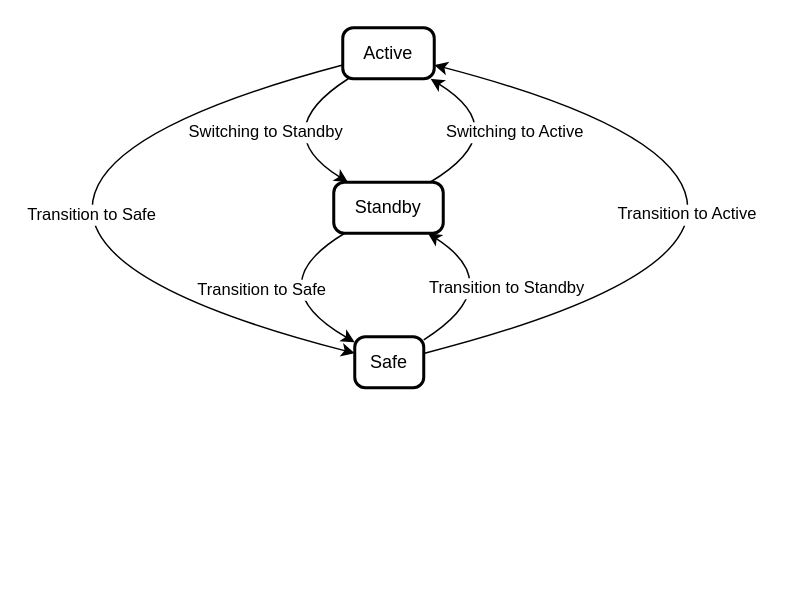
The draw.io diagram EABS_SIL4/FCPU/FCPU_State_Diagram00.drawio in chillin2/MyDraw.io, before the edit. Source tidied: cells renumbered, new cells numbered last; positions are measured from the earlier drawing's top-left corner, leaving out a move shared by most shapes. Both pictures are drawn from the tidied source at 150%, with x=0, y=0 at pixel (92, 27).
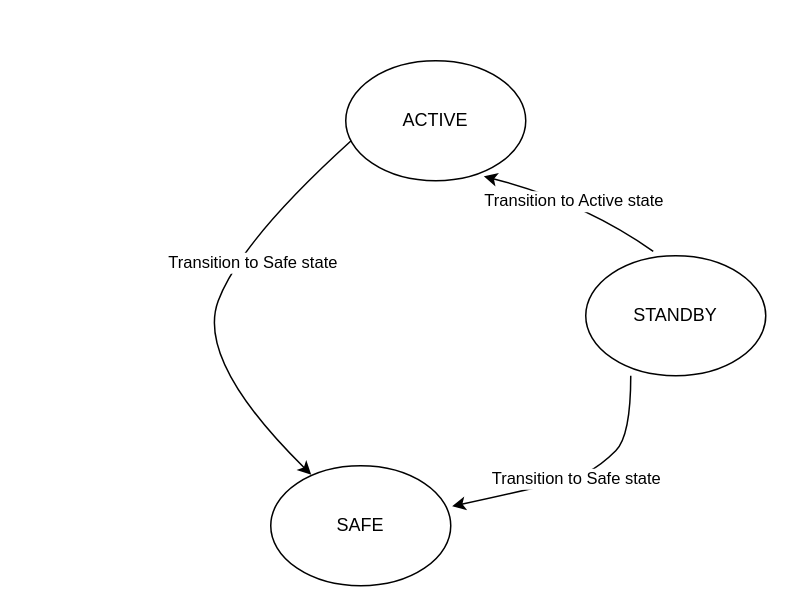
After the change.

Diff of the diagram source:
```diff
@@
 <mxGraphModel>
   <root>
     <mxCell id="0" />
     <mxCell id="1" parent="0" />
-    <mxCell id="2" value="Active" style="rounded=1;absoluteArcSize=1;arcSize=14;whiteSpace=wrap;strokeWidth=2;" parent="1" vertex="1">
-      <mxGeometry x="167" width="61" height="34" as="geometry" />
-    </mxCell>
-    <mxCell id="3" value="Standby" style="rounded=1;absoluteArcSize=1;arcSize=14;whiteSpace=wrap;strokeWidth=2;" parent="1" vertex="1">
-      <mxGeometry x="161" y="103" width="73" height="34" as="geometry" />
-    </mxCell>
-    <mxCell id="4" value="Safe" style="rounded=1;absoluteArcSize=1;arcSize=14;whiteSpace=wrap;strokeWidth=2;" parent="1" vertex="1">
-      <mxGeometry x="175" y="206" width="46" height="34" as="geometry" />
-    </mxCell>
-    <mxCell id="5" value="Switching to Standby" style="curved=1;startArrow=none;exitX=0.06;exitY=1;entryX=0.13;entryY=0;" parent="1" edge="1" source="2" target="3">
-      <mxGeometry relative="1" as="geometry">
-        <Array as="points">
-          <mxPoint x="116" y="69" />
-        </Array>
-      </mxGeometry>
-    </mxCell>
-    <mxCell id="6" value="Switching to Active" style="curved=1;startArrow=none;exitX=0.88;exitY=0;entryX=0.96;entryY=1;" parent="1" edge="1" source="3" target="2">
+    <mxCell id="6" value="Transition to Active state" style="curved=1;startArrow=none;exitX=0.375;exitY=-0.037;entryX=0.767;entryY=0.963;entryDx=0;entryDy=0;entryPerimeter=0;exitDx=0;exitDy=0;exitPerimeter=0;" parent="1" edge="1" source="12" target="11">
       <mxGeometry relative="1" as="geometry">
         <Array as="points">
-          <mxPoint x="282" y="69" />
+          <mxPoint x="327" y="116" />
         </Array>
       </mxGeometry>
     </mxCell>
-    <mxCell id="7" value="Transition to Safe" style="curved=1;startArrow=none;exitX=0;exitY=0.73;entryX=-0.01;entryY=0.32;" parent="1" edge="1" source="2" target="4">
-      <mxGeometry relative="1" as="geometry">
+    <mxCell id="7" value="Transition to Safe state" style="curved=1;startArrow=none;exitX=0.033;exitY=0.663;entryX=0.225;entryY=0.075;exitDx=0;exitDy=0;entryDx=0;entryDy=0;exitPerimeter=0;entryPerimeter=0;" parent="1" edge="1" source="11" target="13">
+      <mxGeometry x="-0.25" y="13" relative="1" as="geometry">
         <Array as="points">
-          <mxPoint y="69" />
-          <mxPoint y="172" />
+          <mxPoint x="99" y="142" />
+          <mxPoint x="69" y="222" />
         </Array>
       </mxGeometry>
     </mxCell>
-    <mxCell id="8" value="Transition to Safe" style="curved=1;startArrow=none;exitX=0.1;exitY=1;entryX=-0.01;entryY=0.1;" parent="1" edge="1" source="3" target="4">
+    <mxCell id="8" value="Transition to Safe state" style="curved=1;startArrow=none;exitX=0.25;exitY=1;entryX=1.008;entryY=0.338;exitDx=0;exitDy=0;exitPerimeter=0;entryDx=0;entryDy=0;entryPerimeter=0;" parent="1" edge="1" source="12" target="13">
       <mxGeometry relative="1" as="geometry">
         <Array as="points">
-          <mxPoint x="110" y="172" />
+          <mxPoint x="359" y="272" />
+          <mxPoint x="339" y="292" />
+          <mxPoint x="319" y="302" />
         </Array>
       </mxGeometry>
     </mxCell>
-    <mxCell id="9" value="Transition to Standby" style="curved=1;startArrow=none;exitX=0.99;exitY=0.07;entryX=0.86;entryY=1;" parent="1" edge="1" source="4" target="3">
-      <mxGeometry relative="1" as="geometry">
-        <Array as="points">
-          <mxPoint x="278" y="172" />
-        </Array>
-      </mxGeometry>
-    </mxCell>
-    <mxCell id="10" value="Transition to Active" style="curved=1;startArrow=none;exitX=0.99;exitY=0.33;entryX=1;entryY=0.73;" parent="1" edge="1" source="4" target="2">
-      <mxGeometry relative="1" as="geometry">
-        <Array as="points">
-          <mxPoint x="397" y="172" />
-          <mxPoint x="397" y="69" />
-        </Array>
-      </mxGeometry>
-    </mxCell>
+    <mxCell id="11" value="ACTIVE" style="ellipse;whiteSpace=wrap;html=1;" parent="1" vertex="1">
+      <mxGeometry x="169" y="22" width="120" height="80" as="geometry" />
+    </mxCell>
+    <mxCell id="12" value="STANDBY" style="ellipse;whiteSpace=wrap;html=1;" parent="1" vertex="1">
+      <mxGeometry x="329" y="152" width="120" height="80" as="geometry" />
+    </mxCell>
+    <mxCell id="13" value="SAFE" style="ellipse;whiteSpace=wrap;html=1;" parent="1" vertex="1">
+      <mxGeometry x="119" y="292" width="120" height="80" as="geometry" />
+    </mxCell>
   </root>
 </mxGraphModel>
```
